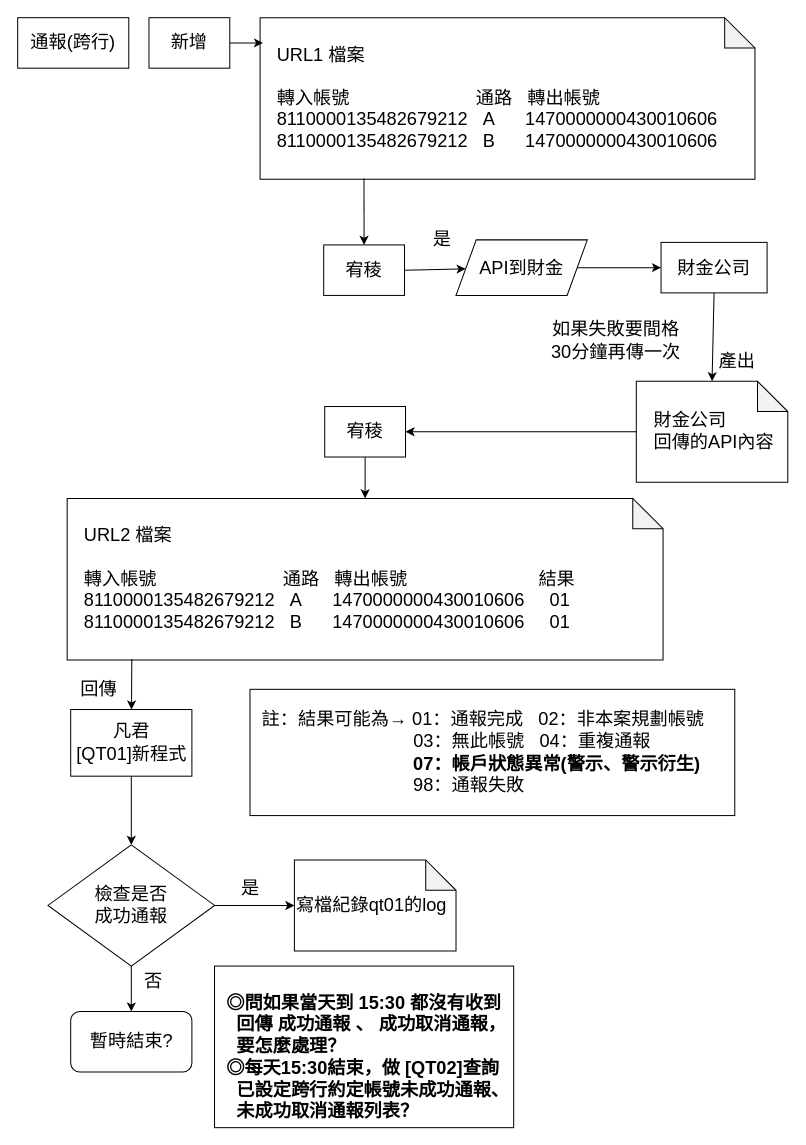
yeahyeah0606/yeahyeah0606.github.io keeps this draw.io diagram as page "通報(跨行)" (5 of 7) of 約轉灰名單架構.drawio. Above is the earlier version. Source tidied: cells renumbered, new cells numbered last; positions are measured from the earlier drawing's top-left corner, leaving out a move shared by most shapes. Both pictures are drawn from the tidied source at 101%, with x=0, y=0 at pixel (17, 17).
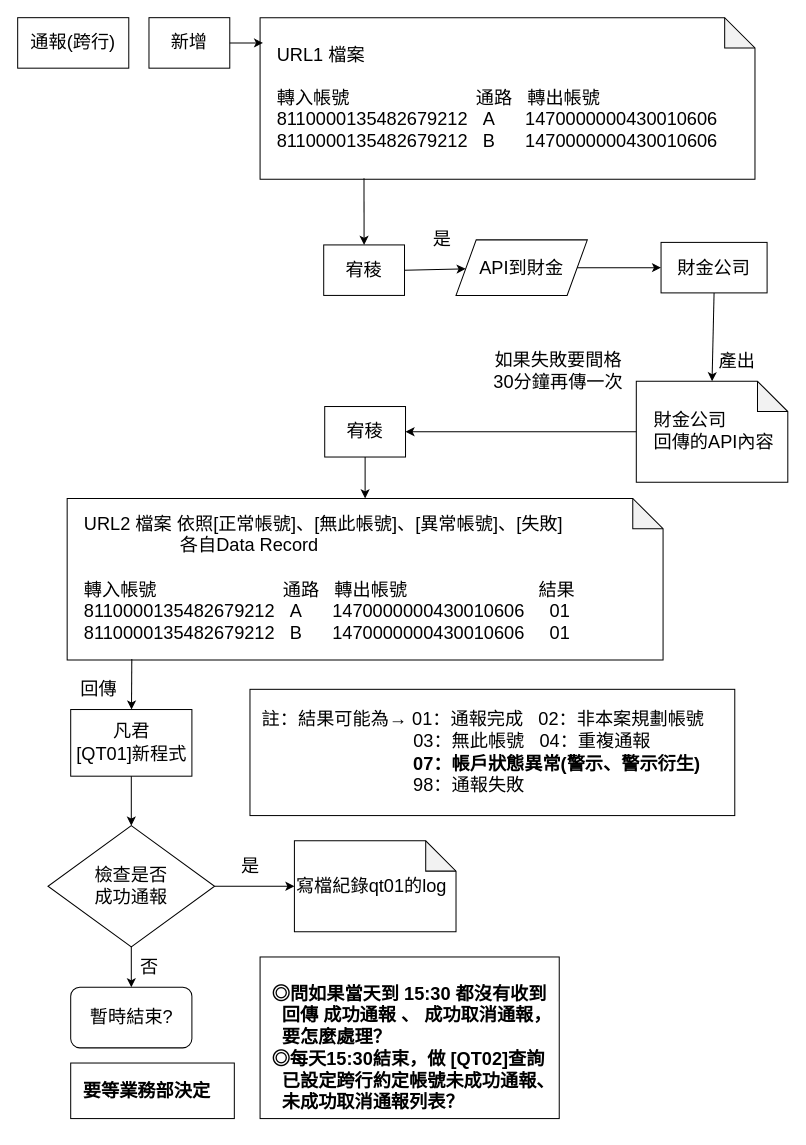
After the change.

Change to the diagram source:
```diff
@@
     <mxCell id="9" value="&lt;font style=&quot;font-size: 18px;&quot;&gt;如果失敗要間格&lt;br&gt;30分鐘再傳一次&lt;/font&gt;" style="text;html=1;align=center;verticalAlign=middle;strokeColor=none;fillColor=none;" parent="1" vertex="1">
-      <mxGeometry x="517" y="290" width="150" height="60" as="geometry" />
+      <mxGeometry x="460" y="320" width="150" height="60" as="geometry" />
     </mxCell>
-    <mxCell id="10" value="&lt;font style=&quot;font-size: 18px;&quot;&gt;&amp;nbsp; &amp;nbsp;URL2 檔案&lt;br&gt;&lt;br&gt;&amp;nbsp; &amp;nbsp;轉入帳號&amp;nbsp; &amp;nbsp; &amp;nbsp; &amp;nbsp; &amp;nbsp; &amp;nbsp; &amp;nbsp; &amp;nbsp; &amp;nbsp; &amp;nbsp; &amp;nbsp; &amp;nbsp; &amp;nbsp;通路&amp;nbsp; &amp;nbsp;轉出帳號&amp;nbsp; &amp;nbsp; &amp;nbsp; &amp;nbsp; &amp;nbsp; &amp;nbsp; &amp;nbsp; &amp;nbsp; &amp;nbsp; &amp;nbsp; &amp;nbsp; &amp;nbsp; &amp;nbsp; 結果&lt;br&gt;&amp;nbsp; &amp;nbsp;8110000135482679212&amp;nbsp;&amp;nbsp;&amp;nbsp;&lt;/font&gt;&lt;font style=&quot;font-size: 18px;&quot;&gt;A&amp;nbsp; &amp;nbsp; &amp;nbsp;&amp;nbsp;&lt;/font&gt;&lt;font style=&quot;font-size: 18px;&quot;&gt;1470000000430010606&amp;nbsp; &amp;nbsp; &amp;nbsp;01&lt;br&gt;&lt;font style=&quot;border-color: var(--border-color);&quot;&gt;&amp;nbsp; &amp;nbsp;8110000135482679212&amp;nbsp; &amp;nbsp;B&lt;/font&gt;&lt;font style=&quot;border-color: var(--border-color);&quot;&gt;&amp;nbsp; &amp;nbsp; &amp;nbsp;&amp;nbsp;&lt;/font&gt;&lt;font style=&quot;border-color: var(--border-color);&quot;&gt;1470000000430010606&amp;nbsp; &amp;nbsp; &amp;nbsp;01&lt;/font&gt;&lt;br&gt;&lt;/font&gt;" style="shape=note;whiteSpace=wrap;html=1;backgroundOutline=1;darkOpacity=0.05;align=left;" parent="1" vertex="1">
+    <mxCell id="10" value="&lt;font style=&quot;font-size: 18px;&quot;&gt;&amp;nbsp; &amp;nbsp;URL2 檔案 依照[正常帳號]、[無此帳號]、[異常帳號]、[失敗]&lt;br style=&quot;border-color: var(--border-color);&quot;&gt;&amp;nbsp; &amp;nbsp; &amp;nbsp; &amp;nbsp; &amp;nbsp; &amp;nbsp; &amp;nbsp; &amp;nbsp; &amp;nbsp; &amp;nbsp; &amp;nbsp; 各自Data Record&lt;br&gt;&lt;br&gt;&amp;nbsp; &amp;nbsp;轉入帳號&amp;nbsp; &amp;nbsp; &amp;nbsp; &amp;nbsp; &amp;nbsp; &amp;nbsp; &amp;nbsp; &amp;nbsp; &amp;nbsp; &amp;nbsp; &amp;nbsp; &amp;nbsp; &amp;nbsp;通路&amp;nbsp; &amp;nbsp;轉出帳號&amp;nbsp; &amp;nbsp; &amp;nbsp; &amp;nbsp; &amp;nbsp; &amp;nbsp; &amp;nbsp; &amp;nbsp; &amp;nbsp; &amp;nbsp; &amp;nbsp; &amp;nbsp; &amp;nbsp; 結果&lt;br&gt;&amp;nbsp; &amp;nbsp;8110000135482679212&amp;nbsp;&amp;nbsp;&amp;nbsp;&lt;/font&gt;&lt;font style=&quot;font-size: 18px;&quot;&gt;A&amp;nbsp; &amp;nbsp; &amp;nbsp;&amp;nbsp;&lt;/font&gt;&lt;font style=&quot;font-size: 18px;&quot;&gt;1470000000430010606&amp;nbsp; &amp;nbsp; &amp;nbsp;01&lt;br&gt;&lt;font style=&quot;border-color: var(--border-color);&quot;&gt;&amp;nbsp; &amp;nbsp;8110000135482679212&amp;nbsp; &amp;nbsp;B&lt;/font&gt;&lt;font style=&quot;border-color: var(--border-color);&quot;&gt;&amp;nbsp; &amp;nbsp; &amp;nbsp;&amp;nbsp;&lt;/font&gt;&lt;font style=&quot;border-color: var(--border-color);&quot;&gt;1470000000430010606&amp;nbsp; &amp;nbsp; &amp;nbsp;01&lt;/font&gt;&lt;br&gt;&lt;/font&gt;" style="shape=note;whiteSpace=wrap;html=1;backgroundOutline=1;darkOpacity=0.05;align=left;" parent="1" vertex="1">
       <mxGeometry x="49" y="476" width="590" height="160" as="geometry" />
     </mxCell>
@@
     <mxCell id="13" value="&lt;font style=&quot;font-size: 18px;&quot;&gt;檢查是否&lt;br&gt;成功通報&lt;br&gt;&lt;/font&gt;" style="rhombus;whiteSpace=wrap;html=1;" parent="1" vertex="1">
-      <mxGeometry x="30" y="819" width="165" height="120" as="geometry" />
+      <mxGeometry x="30" y="800" width="165" height="120" as="geometry" />
     </mxCell>
@@
     <mxCell id="26" value="&lt;font style=&quot;font-size: 18px;&quot;&gt;暫時結束?&lt;/font&gt;" style="rounded=1;whiteSpace=wrap;html=1;" parent="1" vertex="1">
-      <mxGeometry x="52.5" y="984" width="120" height="60" as="geometry" />
+      <mxGeometry x="52.5" y="960" width="120" height="60" as="geometry" />
     </mxCell>
@@
     <mxCell id="29" value="&lt;span style=&quot;font-size: 18px;&quot;&gt;是&lt;/span&gt;" style="text;html=1;align=center;verticalAlign=middle;strokeColor=none;fillColor=none;" parent="1" vertex="1">
-      <mxGeometry x="210" y="842" width="40" height="40" as="geometry" />
+      <mxGeometry x="210" y="820" width="40" height="40" as="geometry" />
     </mxCell>
     <mxCell id="30" value="&lt;span style=&quot;font-size: 18px;&quot;&gt;否&lt;/span&gt;" style="text;html=1;align=center;verticalAlign=middle;strokeColor=none;fillColor=none;" parent="1" vertex="1">
-      <mxGeometry x="114" y="934" width="40" height="40" as="geometry" />
+      <mxGeometry x="110" y="920" width="40" height="40" as="geometry" />
     </mxCell>
     <mxCell id="31" value="&lt;font style=&quot;font-size: 18px;&quot;&gt;寫檔紀錄qt01的log&lt;br&gt;&lt;/font&gt;" style="shape=note;whiteSpace=wrap;html=1;backgroundOutline=1;darkOpacity=0.05;align=left;" parent="1" vertex="1">
-      <mxGeometry x="274" y="834" width="160" height="90" as="geometry" />
+      <mxGeometry x="274" y="815" width="160" height="90" as="geometry" />
     </mxCell>
@@
     <mxCell id="33" value="&lt;font style=&quot;&quot;&gt;&lt;font style=&quot;font-weight: bold; font-size: 18px;&quot;&gt;&lt;br&gt;&amp;nbsp; &lt;b style=&quot;border-color: var(--border-color);&quot;&gt;◎&lt;/b&gt;&lt;/font&gt;&lt;b&gt;&lt;font style=&quot;font-size: 18px;&quot;&gt;&lt;font style=&quot;&quot;&gt;問如果當&lt;/font&gt;&lt;span style=&quot;background-color: initial;&quot;&gt;天到 15:30 都沒有收到&amp;nbsp; &lt;br&gt;&amp;nbsp; &amp;nbsp; 回傳 成功通報 、 成功取消通報，&lt;br&gt;&amp;nbsp; &amp;nbsp; 要怎麼處理？&lt;br&gt;&lt;/span&gt;&lt;/font&gt;&lt;/b&gt;&lt;font style=&quot;font-size: 18px;&quot;&gt;&lt;b&gt;&amp;nbsp; ◎每&lt;font style=&quot;&quot;&gt;天&lt;/font&gt;&lt;/b&gt;&lt;/font&gt;&lt;font style=&quot;font-size: 18px;&quot;&gt;&lt;b&gt;15:30結束，做 [QT02]查詢&lt;br style=&quot;border-color: var(--border-color);&quot;&gt;&amp;nbsp; &amp;nbsp; 已設定跨行約定帳號未成功通報、&lt;br style=&quot;border-color: var(--border-color);&quot;&gt;&amp;nbsp; &amp;nbsp; 未成功取消通報列表？&lt;/b&gt;&lt;/font&gt;&lt;b&gt;&lt;font style=&quot;font-size: 18px;&quot;&gt;&lt;br&gt;&lt;/font&gt;&lt;/b&gt;&lt;/font&gt;" style="rounded=0;whiteSpace=wrap;html=1;align=left;" parent="1" vertex="1">
-      <mxGeometry x="194.9" y="939" width="296.2" height="160" as="geometry" />
+      <mxGeometry x="240" y="930" width="296.2" height="160" as="geometry" />
     </mxCell>
+    <mxCell id="34" value="&lt;font style=&quot;font-size: 18px;&quot;&gt;&lt;b&gt;&amp;nbsp; 要等業務部決定&lt;/b&gt;&lt;/font&gt;" style="rounded=0;whiteSpace=wrap;html=1;align=left;" parent="1" vertex="1">
+      <mxGeometry x="52.5" y="1035" width="162" height="55" as="geometry" />
+    </mxCell>
```
